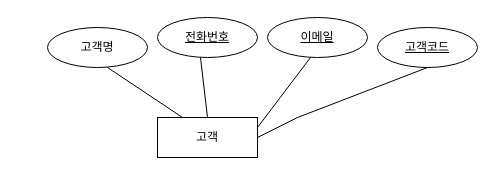
Before: 제목 없는 다이어그램.drawio in Quokka2024/erd, a draw.io diagram. Source tidied: cells renumbered, new cells numbered last; positions are measured from the earlier drawing's top-left corner, leaving out a move shared by most shapes. Both pictures are drawn from the tidied source at 100%, with x=0, y=0 at pixel (47, 17).
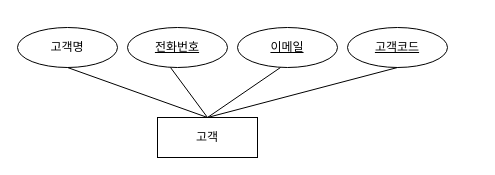
Above is the later version.

Commit message (it also covers changes not shown here):
제목 없는 다이어그램.drawio 업데이트

Change to the diagram source:
```diff
@@
 <mxGraphModel>
   <root>
     <mxCell id="0" />
     <mxCell id="1" parent="0" />
     <mxCell id="2" value="고객" style="whiteSpace=wrap;html=1;align=center;" parent="1" vertex="1">
       <mxGeometry x="110" y="100" width="100" height="40" as="geometry" />
     </mxCell>
     <mxCell id="3" value="고객명" style="ellipse;whiteSpace=wrap;html=1;align=center;" parent="1" vertex="1">
-      <mxGeometry y="10" width="100" height="40" as="geometry" />
+      <mxGeometry x="-30" y="10" width="100" height="40" as="geometry" />
     </mxCell>
-    <mxCell id="4" style="endArrow=none;html=1;rounded=0;exitX=0.25;exitY=0;exitDx=0;exitDy=0;" parent="1" edge="1" source="2">
-      <mxGeometry relative="1" as="geometry">
-        <mxPoint x="60" y="50" as="targetPoint" />
-      </mxGeometry>
+    <mxCell id="4" style="endArrow=none;html=1;rounded=0;exitX=0.5;exitY=0;exitDx=0;exitDy=0;entryX=0.5;entryY=1;entryDx=0;entryDy=0;" parent="1" edge="1" source="2" target="3">
+      <mxGeometry relative="1" as="geometry" />
     </mxCell>
     <mxCell id="5" value="전화번호" style="ellipse;whiteSpace=wrap;html=1;align=center;fontStyle=4;" parent="1" vertex="1">
-      <mxGeometry x="110" width="100" height="40" as="geometry" />
+      <mxGeometry x="80" y="10" width="100" height="40" as="geometry" />
     </mxCell>
     <mxCell id="6" style="endArrow=none;html=1;rounded=0;exitX=0.43;exitY=1;exitDx=0;exitDy=0;exitPerimeter=0;entryX=0.5;entryY=0;entryDx=0;entryDy=0;" parent="1" edge="1" source="5" target="2">
       <mxGeometry relative="1" as="geometry" />
     </mxCell>
     <mxCell id="7" value="이메일" style="ellipse;whiteSpace=wrap;html=1;align=center;fontStyle=4;" parent="1" vertex="1">
-      <mxGeometry x="220" width="100" height="40" as="geometry" />
+      <mxGeometry x="190" y="10" width="100" height="40" as="geometry" />
     </mxCell>
-    <mxCell id="8" style="endArrow=none;html=1;rounded=0;exitX=0.43;exitY=1;exitDx=0;exitDy=0;exitPerimeter=0;entryX=0.5;entryY=0;entryDx=0;entryDy=0;" parent="1" edge="1" source="7">
-      <mxGeometry relative="1" as="geometry">
-        <mxPoint x="210" y="110" as="targetPoint" />
-      </mxGeometry>
+    <mxCell id="8" style="endArrow=none;html=1;rounded=0;exitX=0.43;exitY=1;exitDx=0;exitDy=0;exitPerimeter=0;entryX=0.5;entryY=0;entryDx=0;entryDy=0;" parent="1" edge="1" source="7" target="2">
+      <mxGeometry relative="1" as="geometry" />
     </mxCell>
     <mxCell id="9" value="고객코드" style="ellipse;whiteSpace=wrap;html=1;align=center;fontStyle=4;" parent="1" vertex="1">
-      <mxGeometry x="330" y="10" width="100" height="40" as="geometry" />
+      <mxGeometry x="300" y="10" width="100" height="40" as="geometry" />
     </mxCell>
-    <mxCell id="10" style="endArrow=none;html=1;rounded=0;exitX=0.5;exitY=1;exitDx=0;exitDy=0;entryX=1;entryY=0.5;entryDx=0;entryDy=0;" parent="1" edge="1" source="9" target="2">
+    <mxCell id="10" style="endArrow=none;html=1;rounded=0;exitX=0.5;exitY=1;exitDx=0;exitDy=0;" parent="1" edge="1" source="9">
       <mxGeometry relative="1" as="geometry">
-        <Array as="points">
-          <mxPoint x="250" y="100" />
-        </Array>
+        <mxPoint x="160" y="100" as="targetPoint" />
       </mxGeometry>
     </mxCell>
   </root>
 </mxGraphModel>
```
